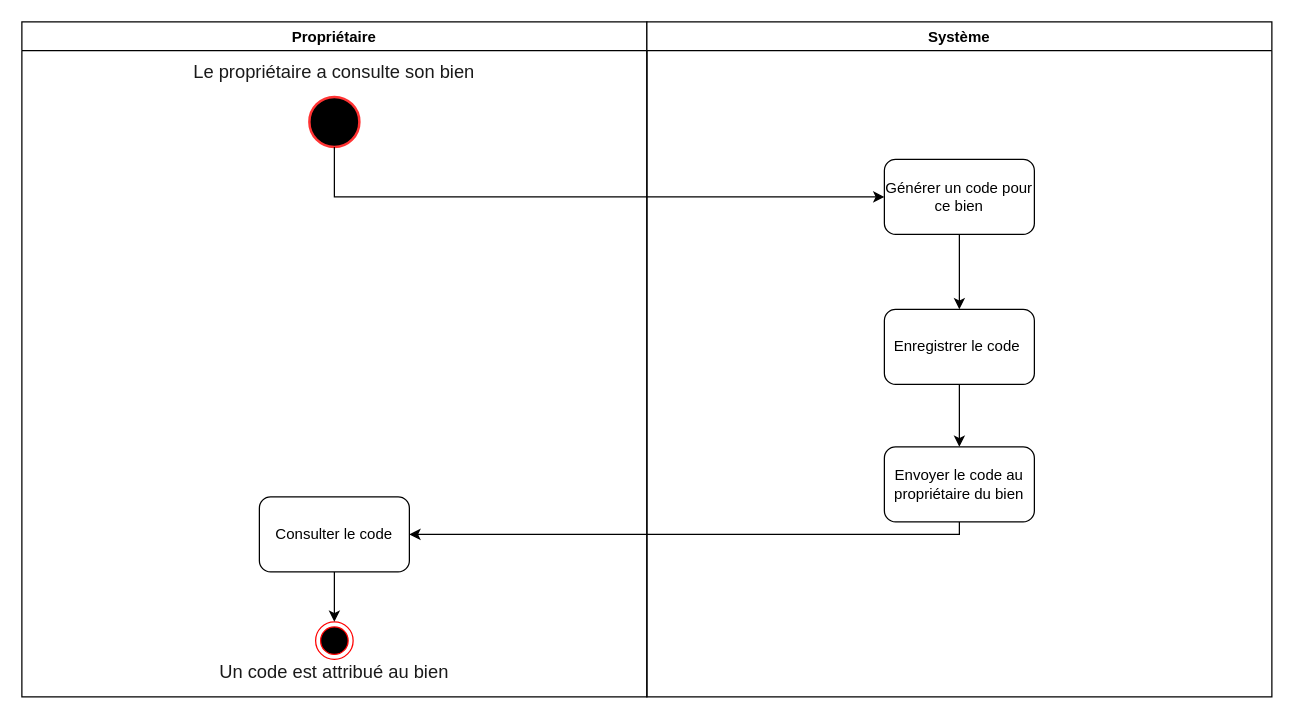
Above: page "(+) générer un code" (11 of 23) of Ko-loc (1).drawio in Julienthum/Co-Lock (draw.io), before the change. Source tidied: cells renumbered, new cells numbered last; positions are measured from the earlier drawing's top-left corner, leaving out a move shared by most shapes. Both pictures are drawn from the tidied source at 125%, with x=0, y=0 at pixel (21, 21).
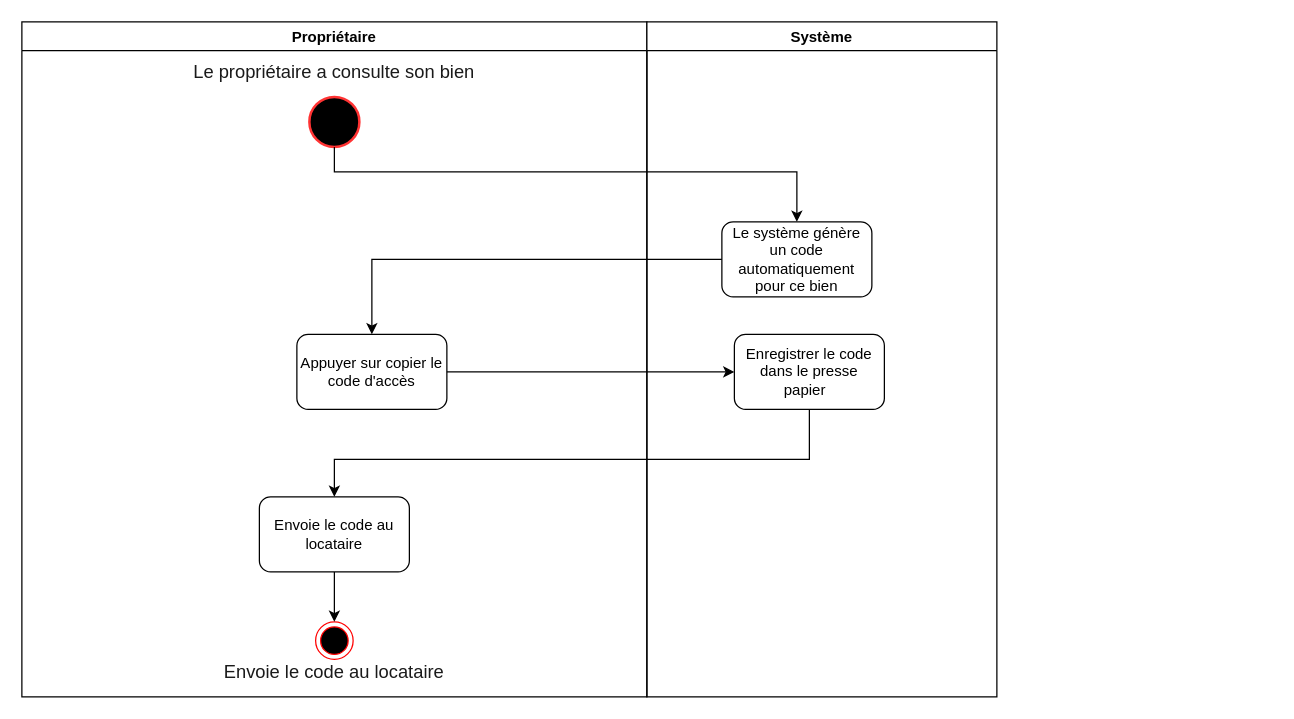
After the change.

The change refers to these unchanged cells:
```xml
<mxCell id="2" value="Propriétaire" style="swimlane;fontSize=12;strokeColor=#000000;fillColor=#FFFFFF;" parent="1" vertex="1">
  <mxGeometry width="500" height="540" as="geometry" />
</mxCell>
<mxCell id="3" style="strokeWidth=2;html=1;shape=mxgraph.flowchart.start_2;whiteSpace=wrap;fontSize=14;fillColor=#000000;strokeColor=#FF3333;" parent="2" vertex="1">
  <mxGeometry x="230" y="60" width="40" height="40" as="geometry" />
</mxCell>
```

Change to the diagram source:
```diff
@@
-    <mxCell id="7" value="Consulter le code" style="rounded=1;whiteSpace=wrap;html=1;fontSize=12;strokeColor=#000000;fillColor=#FFFFFF;" parent="2" vertex="1">
+    <mxCell id="7" value="Envoie le code au locataire" style="rounded=1;whiteSpace=wrap;html=1;fontSize=12;strokeColor=#000000;fillColor=#FFFFFF;" parent="2" vertex="1">
       <mxGeometry x="190" y="380" width="120" height="60" as="geometry" />
     </mxCell>
-    <mxCell id="8" value="&lt;font color=&quot;#1a1a1a&quot; face=&quot;calibri, sans-serif&quot;&gt;&lt;span style=&quot;font-size: 14.6667px&quot;&gt;Un code est attribué au bien&lt;/span&gt;&lt;/font&gt;" style="text;html=1;strokeColor=none;fillColor=none;align=center;verticalAlign=middle;whiteSpace=wrap;rounded=0;fontSize=14;" parent="2" vertex="1">
+    <mxCell id="8" value="&lt;font color=&quot;#1a1a1a&quot; face=&quot;calibri, sans-serif&quot;&gt;&lt;span style=&quot;font-size: 14.6667px&quot;&gt;Envoie le code au locataire&lt;/span&gt;&lt;/font&gt;" style="text;html=1;strokeColor=none;fillColor=none;align=center;verticalAlign=middle;whiteSpace=wrap;rounded=0;fontSize=14;" parent="2" vertex="1">
       <mxGeometry x="130" y="510" width="240" height="20" as="geometry" />
     </mxCell>
+    <mxCell id="11" value="Appuyer sur copier le code d'accès" style="rounded=1;whiteSpace=wrap;html=1;fontSize=12;strokeColor=#000000;fillColor=#FFFFFF;" parent="2" vertex="1">
+      <mxGeometry x="220" y="250" width="120" height="60" as="geometry" />
+    </mxCell>
     <mxCell id="9" value="Système" style="swimlane;fontSize=12;strokeColor=#000000;fillColor=#FFFFFF;" parent="1" vertex="1">
-      <mxGeometry x="500" width="500" height="540" as="geometry" />
+      <mxGeometry x="500" width="280" height="540" as="geometry" />
     </mxCell>
+    <mxCell id="13" value="Enregistrer le code dans le presse papier&amp;nbsp;&amp;nbsp;" style="rounded=1;whiteSpace=wrap;html=1;fontSize=12;strokeColor=#000000;fillColor=#FFFFFF;" parent="9" vertex="1">
+      <mxGeometry x="70" y="250" width="120" height="60" as="geometry" />
+    </mxCell>
+    <mxCell id="17" value="Le système génère un code automatiquement pour ce bien" style="rounded=1;whiteSpace=wrap;html=1;fontSize=12;strokeColor=#000000;fillColor=#FFFFFF;" parent="9" vertex="1">
+      <mxGeometry x="60" y="160" width="120" height="60" as="geometry" />
+    </mxCell>
-    <mxCell id="10" style="edgeStyle=orthogonalEdgeStyle;rounded=0;jettySize=auto;html=1;fontSize=12;" parent="9" edge="1" source="11" target="13">
+    <mxCell id="10" style="edgeStyle=orthogonalEdgeStyle;rounded=0;jettySize=auto;html=1;fontSize=12;" parent="1" edge="1" source="11" target="13">
       <mxGeometry relative="1" as="geometry" />
     </mxCell>
-    <mxCell id="11" value="Générer un code pour ce bien" style="rounded=1;whiteSpace=wrap;html=1;fontSize=12;strokeColor=#000000;fillColor=#FFFFFF;" parent="9" vertex="1">
-      <mxGeometry x="190" y="110" width="120" height="60" as="geometry" />
-    </mxCell>
-    <mxCell id="12" style="edgeStyle=orthogonalEdgeStyle;rounded=0;jettySize=auto;html=1;fontSize=12;" parent="9" edge="1" source="13" target="14">
-      <mxGeometry relative="1" as="geometry" />
-    </mxCell>
-    <mxCell id="13" value="Enregistrer le code&amp;nbsp;" style="rounded=1;whiteSpace=wrap;html=1;fontSize=12;strokeColor=#000000;fillColor=#FFFFFF;" parent="9" vertex="1">
-      <mxGeometry x="190" y="230" width="120" height="60" as="geometry" />
-    </mxCell>
-    <mxCell id="14" value="Envoyer le code au propriétaire du bien" style="rounded=1;whiteSpace=wrap;html=1;fontSize=12;strokeColor=#000000;fillColor=#FFFFFF;" parent="9" vertex="1">
-      <mxGeometry x="190" y="340" width="120" height="60" as="geometry" />
-    </mxCell>
-    <mxCell id="15" style="edgeStyle=orthogonalEdgeStyle;rounded=0;jettySize=auto;html=1;entryX=0;entryY=0.5;entryDx=0;entryDy=0;fontSize=12;" parent="1" edge="1" source="3" target="11">
-      <mxGeometry relative="1" as="geometry">
-        <Array as="points">
-          <mxPoint x="250" y="140" />
-        </Array>
-      </mxGeometry>
-    </mxCell>
-    <mxCell id="16" style="edgeStyle=orthogonalEdgeStyle;rounded=0;jettySize=auto;html=1;entryX=1;entryY=0.5;entryDx=0;entryDy=0;fontSize=12;" parent="1" edge="1" source="14" target="7">
-      <mxGeometry relative="1" as="geometry">
-        <Array as="points">
-          <mxPoint x="750" y="410" />
-        </Array>
-      </mxGeometry>
-    </mxCell>
+    <mxCell id="18" style="edgeStyle=orthogonalEdgeStyle;rounded=0;jettySize=auto;html=1;entryX=0.5;entryY=0;entryDx=0;entryDy=0;" parent="1" edge="1" source="13" target="7">
+      <mxGeometry relative="1" as="geometry">
+        <Array as="points">
+          <mxPoint x="630" y="350" />
+          <mxPoint x="250" y="350" />
+        </Array>
+      </mxGeometry>
+    </mxCell>
+    <mxCell id="19" style="edgeStyle=orthogonalEdgeStyle;rounded=0;jettySize=auto;html=1;entryX=0.5;entryY=0;entryDx=0;entryDy=0;" parent="1" edge="1" source="3" target="17">
+      <mxGeometry relative="1" as="geometry">
+        <Array as="points">
+          <mxPoint x="250" y="120" />
+          <mxPoint x="620" y="120" />
+        </Array>
+      </mxGeometry>
+    </mxCell>
+    <mxCell id="20" style="edgeStyle=orthogonalEdgeStyle;rounded=0;jettySize=auto;html=1;entryX=0.5;entryY=0;entryDx=0;entryDy=0;" parent="1" edge="1" source="17" target="11">
+      <mxGeometry relative="1" as="geometry" />
+    </mxCell>
```
